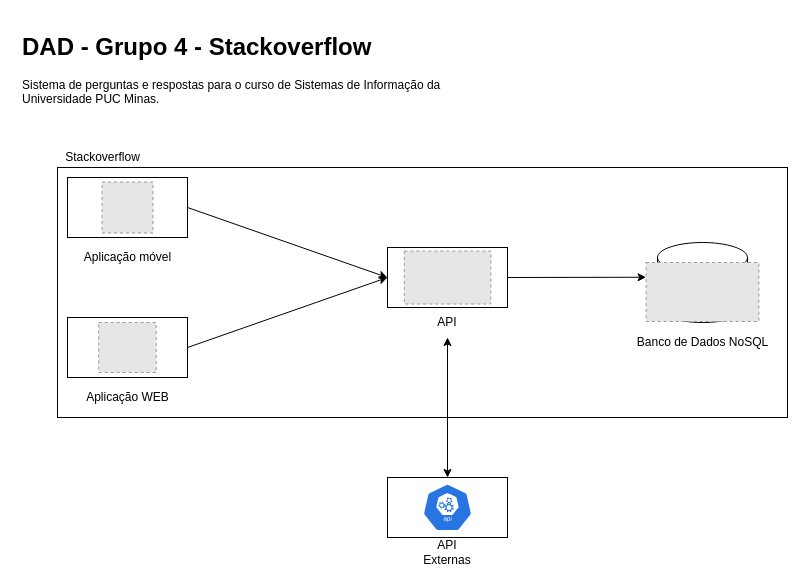
The draw.io diagram docs/DAD - Arquitetura.drawio in guilhermegals/dad-stackoverflow, before the edit. Source tidied: cells renumbered, new cells numbered last; positions are measured from the earlier drawing's top-left corner, leaving out a move shared by most shapes. Both pictures are drawn from the tidied source at 100%, with x=0, y=0 at pixel (17, 27). Pictures stored in the file or linked from it are replaced by grey dashed boxes.
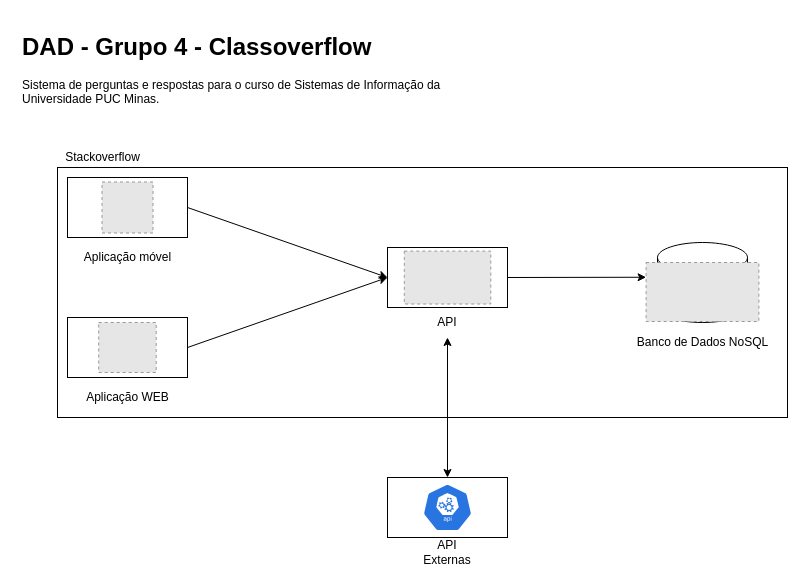
After the change.

The edit, as a diff of the source:
```diff
@@
-    <mxCell id="3" value="&lt;h1&gt;DAD - Grupo 4 - Stackoverflow&lt;/h1&gt;&lt;p&gt;Sistema de perguntas e respostas para o curso de Sistemas de Informação da Universidade PUC Minas.&lt;/p&gt;" style="text;html=1;strokeColor=none;fillColor=none;spacing=5;spacingTop=-20;whiteSpace=wrap;overflow=hidden;rounded=0;" parent="1" vertex="1">
+    <mxCell id="3" value="&lt;h1&gt;DAD - Grupo 4 - Classoverflow&lt;/h1&gt;&lt;p&gt;Sistema de perguntas e respostas para o curso de Sistemas de Informação da Universidade PUC Minas.&lt;/p&gt;" style="text;html=1;strokeColor=none;fillColor=none;spacing=5;spacingTop=-20;whiteSpace=wrap;overflow=hidden;rounded=0;" parent="1" vertex="1">
       <mxGeometry width="440" height="90" as="geometry" />
     </mxCell>
```
